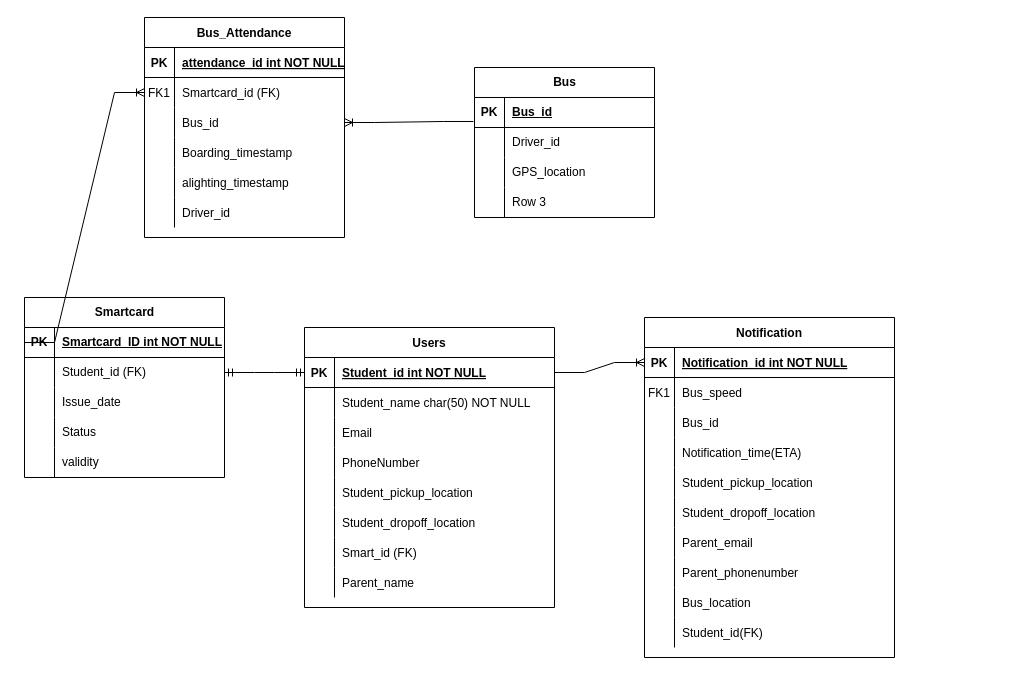
Before: Untitled Diagram.drawio in eliuz01/Student-Pick_up-and-Drop_off, a draw.io diagram. Source tidied: cells renumbered, new cells numbered last; positions are measured from the earlier drawing's top-left corner, leaving out a move shared by most shapes. Both pictures are drawn from the tidied source at 100%, with x=0, y=0 at pixel (-96, 17).
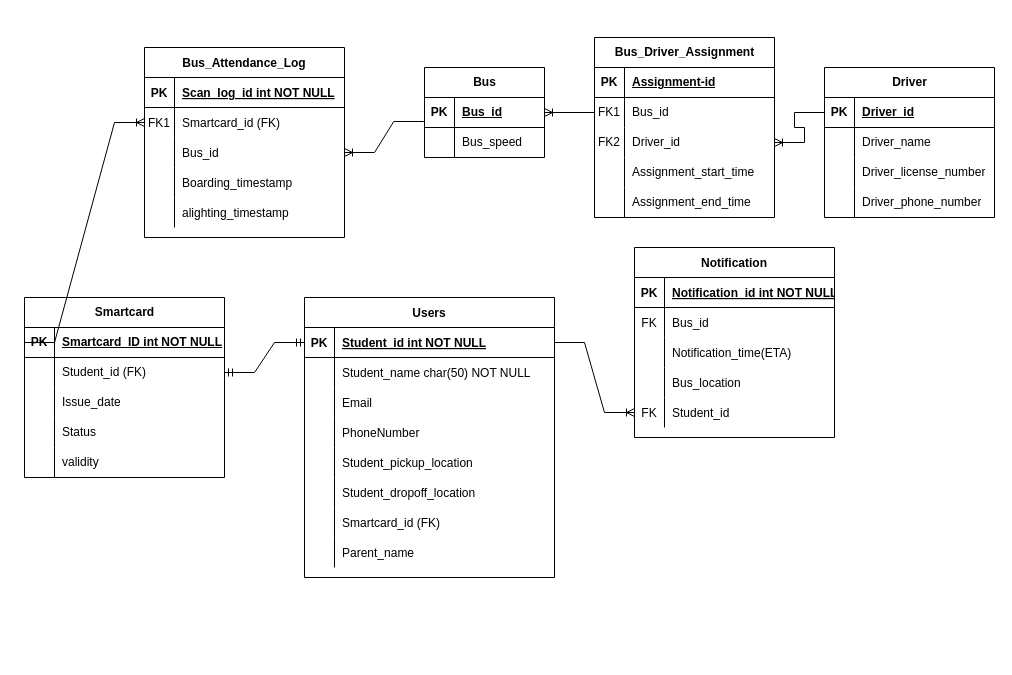
Above is the later version.

The change refers to these unchanged cells:
```xml
<mxCell id="3" style="shape=partialRectangle;fillColor=none;top=0;left=0;right=0;bottom=1;" parent="2" vertex="1">
  <mxGeometry y="30" width="200" height="30" as="geometry" />
</mxCell>
<mxCell id="53" style="shape=partialRectangle;fillColor=none;points=[[0,0.5],[1,0.5]];portConstraint=eastwest;top=0;left=0;right=0;bottom=1;" parent="52" vertex="1">
  <mxGeometry y="30" width="250" height="30" as="geometry" />
</mxCell>
<mxCell id="71" style="shape=partialRectangle;fillColor=none;top=0;left=0;right=0;bottom=0;" parent="52" vertex="1">
  <mxGeometry y="210" width="250" height="30" as="geometry" />
</mxCell>
```

Diff of the diagram source:
```diff
@@
-    <mxCell id="2" value="Bus_Attendance" style="shape=table;startSize=30;childLayout=tableLayout;rowLines=0;fontStyle=1;align=center;" parent="1" vertex="1">
-      <mxGeometry x="240" width="200" height="220" as="geometry" />
+    <mxCell id="2" value="Bus_Attendance_Log" style="shape=table;startSize=30;childLayout=tableLayout;rowLines=0;fontStyle=1;align=center;" parent="1" vertex="1">
+      <mxGeometry x="240" y="30" width="200" height="190" as="geometry" />
     </mxCell>
@@
-    <mxCell id="5" value="attendance_id int NOT NULL " style="shape=partialRectangle;overflow=hidden;fillColor=none;top=0;left=0;bottom=0;right=0;align=left;spacingLeft=6;fontStyle=5;" parent="3" vertex="1">
+    <mxCell id="5" value="Scan_log_id int NOT NULL " style="shape=partialRectangle;overflow=hidden;fillColor=none;top=0;left=0;bottom=0;right=0;align=left;spacingLeft=6;fontStyle=5;" parent="3" vertex="1">
       <mxGeometry x="30" width="170" height="30" as="geometry" />
     </mxCell>
@@
-    <mxCell id="18" style="shape=partialRectangle;fillColor=none;top=0;left=0;right=0;bottom=0;" parent="2" vertex="1">
-      <mxGeometry y="180" width="200" height="30" as="geometry" />
-    </mxCell>
-    <mxCell id="19" style="shape=partialRectangle;overflow=hidden;fillColor=none;top=0;left=0;bottom=0;right=0;" parent="18" vertex="1">
-      <mxGeometry width="30" height="30" as="geometry" />
-    </mxCell>
-    <mxCell id="20" value="Driver_id" style="shape=partialRectangle;overflow=hidden;fillColor=none;top=0;left=0;bottom=0;right=0;align=left;spacingLeft=6;" parent="18" vertex="1">
-      <mxGeometry x="30" width="170" height="30" as="geometry" />
-    </mxCell>
     <mxCell id="21" value="Notification" style="shape=table;startSize=30;childLayout=tableLayout;rowLines=0;fontStyle=1;align=center;" parent="1" vertex="1">
-      <mxGeometry x="740" y="300" width="250" height="340" as="geometry" />
+      <mxGeometry x="730" y="230" width="200" height="190" as="geometry" />
     </mxCell>
     <mxCell id="22" style="shape=partialRectangle;fillColor=none;points=[[0,0.5],[1,0.5]];portConstraint=eastwest;top=0;left=0;right=0;bottom=1;" parent="21" vertex="1">
-      <mxGeometry y="30" width="250" height="30" as="geometry" />
+      <mxGeometry y="30" width="200" height="30" as="geometry" />
     </mxCell>
@@
     <mxCell id="24" value="Notification_id int NOT NULL " style="shape=partialRectangle;overflow=hidden;fillColor=none;top=0;left=0;bottom=0;right=0;align=left;spacingLeft=6;fontStyle=5;" parent="22" vertex="1">
-      <mxGeometry x="30" width="220" height="30" as="geometry" />
+      <mxGeometry x="30" width="170" height="30" as="geometry" />
     </mxCell>
-    <mxCell id="25" style="shape=partialRectangle;fillColor=none;top=0;left=0;right=0;bottom=0;" parent="21" vertex="1">
-      <mxGeometry y="60" width="250" height="30" as="geometry" />
-    </mxCell>
-    <mxCell id="26" value="FK1" style="shape=partialRectangle;overflow=hidden;fillColor=none;top=0;left=0;bottom=0;right=0;" parent="25" vertex="1">
-      <mxGeometry width="30" height="30" as="geometry" />
-    </mxCell>
-    <mxCell id="27" value="Bus_speed" style="shape=partialRectangle;overflow=hidden;fillColor=none;top=0;left=0;bottom=0;right=0;align=left;spacingLeft=6;" parent="25" vertex="1">
-      <mxGeometry x="30" width="220" height="30" as="geometry" />
-    </mxCell>
     <mxCell id="28" style="shape=partialRectangle;fillColor=none;top=0;left=0;right=0;bottom=0;" parent="21" vertex="1">
-      <mxGeometry y="90" width="250" height="30" as="geometry" />
+      <mxGeometry y="60" width="200" height="30" as="geometry" />
     </mxCell>
-    <mxCell id="29" style="shape=partialRectangle;overflow=hidden;fillColor=none;top=0;left=0;bottom=0;right=0;" parent="28" vertex="1">
+    <mxCell id="29" value="FK" style="shape=partialRectangle;overflow=hidden;fillColor=none;top=0;left=0;bottom=0;right=0;" parent="28" vertex="1">
       <mxGeometry width="30" height="30" as="geometry" />
     </mxCell>
     <mxCell id="30" value="Bus_id" style="shape=partialRectangle;overflow=hidden;fillColor=none;top=0;left=0;bottom=0;right=0;align=left;spacingLeft=6;" parent="28" vertex="1">
-      <mxGeometry x="30" width="220" height="30" as="geometry" />
+      <mxGeometry x="30" width="170" height="30" as="geometry" />
     </mxCell>
     <mxCell id="31" style="shape=partialRectangle;fillColor=none;top=0;left=0;right=0;bottom=0;" parent="21" vertex="1">
-      <mxGeometry y="120" width="250" height="30" as="geometry" />
+      <mxGeometry y="90" width="200" height="30" as="geometry" />
     </mxCell>
@@
     <mxCell id="33" value="Notification_time(ETA)" style="shape=partialRectangle;overflow=hidden;fillColor=none;top=0;left=0;bottom=0;right=0;align=left;spacingLeft=6;" parent="31" vertex="1">
-      <mxGeometry x="30" width="220" height="30" as="geometry" />
+      <mxGeometry x="30" width="170" height="30" as="geometry" />
     </mxCell>
-    <mxCell id="34" style="shape=partialRectangle;fillColor=none;top=0;left=0;right=0;bottom=0;" parent="21" vertex="1">
-      <mxGeometry y="150" width="250" height="30" as="geometry" />
-    </mxCell>
-    <mxCell id="35" style="shape=partialRectangle;overflow=hidden;fillColor=none;top=0;left=0;bottom=0;right=0;" parent="34" vertex="1">
-      <mxGeometry width="30" height="30" as="geometry" />
-    </mxCell>
-    <mxCell id="36" value="Student_pickup_location" style="shape=partialRectangle;overflow=hidden;fillColor=none;top=0;left=0;bottom=0;right=0;align=left;spacingLeft=6;" parent="34" vertex="1">
-      <mxGeometry x="30" width="220" height="30" as="geometry" />
-    </mxCell>
-    <mxCell id="37" style="shape=partialRectangle;fillColor=none;top=0;left=0;right=0;bottom=0;" parent="21" vertex="1">
-      <mxGeometry y="180" width="250" height="30" as="geometry" />
-    </mxCell>
-    <mxCell id="38" style="shape=partialRectangle;overflow=hidden;fillColor=none;top=0;left=0;bottom=0;right=0;" parent="37" vertex="1">
-      <mxGeometry width="30" height="30" as="geometry" />
-    </mxCell>
-    <mxCell id="39" value="Student_dropoff_location" style="shape=partialRectangle;overflow=hidden;fillColor=none;top=0;left=0;bottom=0;right=0;align=left;spacingLeft=6;" parent="37" vertex="1">
-      <mxGeometry x="30" width="220" height="30" as="geometry" />
-    </mxCell>
-    <mxCell id="40" style="shape=partialRectangle;fillColor=none;top=0;left=0;right=0;bottom=0;" parent="21" vertex="1">
-      <mxGeometry y="210" width="250" height="30" as="geometry" />
-    </mxCell>
-    <mxCell id="41" style="shape=partialRectangle;overflow=hidden;fillColor=none;top=0;left=0;bottom=0;right=0;" parent="40" vertex="1">
-      <mxGeometry width="30" height="30" as="geometry" />
-    </mxCell>
-    <mxCell id="42" value="Parent_email" style="shape=partialRectangle;overflow=hidden;fillColor=none;top=0;left=0;bottom=0;right=0;align=left;spacingLeft=6;" parent="40" vertex="1">
-      <mxGeometry x="30" width="220" height="30" as="geometry" />
-    </mxCell>
-    <mxCell id="43" style="shape=partialRectangle;fillColor=none;top=0;left=0;right=0;bottom=0;" parent="21" vertex="1">
-      <mxGeometry y="240" width="250" height="30" as="geometry" />
-    </mxCell>
-    <mxCell id="44" style="shape=partialRectangle;overflow=hidden;fillColor=none;top=0;left=0;bottom=0;right=0;" parent="43" vertex="1">
-      <mxGeometry width="30" height="30" as="geometry" />
-    </mxCell>
-    <mxCell id="45" value="Parent_phonenumber" style="shape=partialRectangle;overflow=hidden;fillColor=none;top=0;left=0;bottom=0;right=0;align=left;spacingLeft=6;" parent="43" vertex="1">
-      <mxGeometry x="30" width="220" height="30" as="geometry" />
-    </mxCell>
     <mxCell id="46" style="shape=partialRectangle;fillColor=none;top=0;left=0;right=0;bottom=0;" parent="21" vertex="1">
-      <mxGeometry y="270" width="250" height="30" as="geometry" />
+      <mxGeometry y="120" width="200" height="30" as="geometry" />
     </mxCell>
@@
     <mxCell id="48" value="Bus_location " style="shape=partialRectangle;overflow=hidden;fillColor=none;top=0;left=0;bottom=0;right=0;align=left;spacingLeft=6;" parent="46" vertex="1">
-      <mxGeometry x="30" width="220" height="30" as="geometry" />
+      <mxGeometry x="30" width="170" height="30" as="geometry" />
     </mxCell>
     <mxCell id="49" style="shape=partialRectangle;fillColor=none;points=[[0,0.5],[1,0.5]];portConstraint=eastwest;top=0;left=0;right=0;bottom=0;" parent="21" vertex="1">
-      <mxGeometry y="300" width="250" height="30" as="geometry" />
+      <mxGeometry y="150" width="200" height="30" as="geometry" />
     </mxCell>
-    <mxCell id="50" style="shape=partialRectangle;overflow=hidden;fillColor=none;top=0;left=0;bottom=0;right=0;" parent="49" vertex="1">
+    <mxCell id="50" value="FK" style="shape=partialRectangle;overflow=hidden;fillColor=none;top=0;left=0;bottom=0;right=0;" parent="49" vertex="1">
       <mxGeometry width="30" height="30" as="geometry" />
     </mxCell>
-    <mxCell id="51" value="Student_id(FK)" style="shape=partialRectangle;overflow=hidden;fillColor=none;top=0;left=0;bottom=0;right=0;align=left;spacingLeft=6;" parent="49" vertex="1">
-      <mxGeometry x="30" width="220" height="30" as="geometry" />
+    <mxCell id="51" value="Student_id" style="shape=partialRectangle;overflow=hidden;fillColor=none;top=0;left=0;bottom=0;right=0;align=left;spacingLeft=6;" parent="49" vertex="1">
+      <mxGeometry x="30" width="170" height="30" as="geometry" />
     </mxCell>
     <mxCell id="52" value="Users" style="shape=table;startSize=30;childLayout=tableLayout;rowLines=0;fontStyle=1;align=center;" parent="1" vertex="1">
-      <mxGeometry x="400" y="310" width="250" height="280" as="geometry" />
+      <mxGeometry x="400" y="280" width="250" height="280" as="geometry" />
     </mxCell>
@@
-    <mxCell id="73" value="Smart_id (FK)" style="shape=partialRectangle;overflow=hidden;fillColor=none;top=0;left=0;bottom=0;right=0;align=left;spacingLeft=6;" parent="71" vertex="1">
+    <mxCell id="73" value="Smartcard_id (FK)" style="shape=partialRectangle;overflow=hidden;fillColor=none;top=0;left=0;bottom=0;right=0;align=left;spacingLeft=6;" parent="71" vertex="1">
       <mxGeometry x="30" width="220" height="30" as="geometry" />
     </mxCell>
@@
-    <mxCell id="94" style="edgeStyle=entityRelationEdgeStyle;fontSize=12;html=1;endArrow=ERoneToMany;rounded=0;exitX=1;exitY=0.5;exitDx=0;exitDy=0;entryX=0;entryY=0.5;entryDx=0;entryDy=0;" parent="1" edge="1" source="53" target="22">
+    <mxCell id="94" style="edgeStyle=entityRelationEdgeStyle;fontSize=12;html=1;endArrow=ERoneToMany;rounded=0;exitX=1;exitY=0.5;exitDx=0;exitDy=0;" parent="1" edge="1" source="53" target="49">
       <mxGeometry relative="1" as="geometry" />
     </mxCell>
     <mxCell id="95" value="Bus" style="shape=table;startSize=30;childLayout=tableLayout;rowLines=0;fontStyle=1;align=center;html=1;" parent="1" vertex="1">
-      <mxGeometry x="570" y="50" width="180" height="150" as="geometry" />
+      <mxGeometry x="520" y="50" width="120" height="90" as="geometry" />
     </mxCell>
     <mxCell id="96" style="shape=tableRow;horizontal=0;startSize=0;swimlaneHead=0;swimlaneBody=0;fillColor=none;points=[[0,0.5],[1,0.5]];portConstraint=eastwest;top=0;left=0;right=0;bottom=1;" parent="95" vertex="1">
-      <mxGeometry y="30" width="180" height="30" as="geometry" />
+      <mxGeometry y="30" width="120" height="30" as="geometry" />
     </mxCell>
@@
     <mxCell id="98" value="Bus_id" style="shape=partialRectangle;fillColor=none;top=0;left=0;bottom=0;right=0;align=left;spacingLeft=6;fontStyle=5;overflow=hidden;whiteSpace=wrap;html=1;" parent="96" vertex="1">
-      <mxGeometry x="30" width="150" height="30" as="geometry" />
+      <mxGeometry x="30" width="90" height="30" as="geometry" />
     </mxCell>
     <mxCell id="99" style="shape=tableRow;horizontal=0;startSize=0;swimlaneHead=0;swimlaneBody=0;fillColor=none;top=0;left=0;right=0;bottom=0;" parent="95" vertex="1">
-      <mxGeometry y="60" width="180" height="30" as="geometry" />
+      <mxGeometry y="60" width="120" height="30" as="geometry" />
     </mxCell>
@@
-    <mxCell id="101" value="Driver_id" style="shape=partialRectangle;fillColor=none;top=0;left=0;bottom=0;right=0;align=left;spacingLeft=6;overflow=hidden;whiteSpace=wrap;html=1;" parent="99" vertex="1">
-      <mxGeometry x="30" width="150" height="30" as="geometry" />
+    <mxCell id="101" value="Bus_speed" style="shape=partialRectangle;fillColor=none;top=0;left=0;bottom=0;right=0;align=left;spacingLeft=6;overflow=hidden;whiteSpace=wrap;html=1;" parent="99" vertex="1">
+      <mxGeometry x="30" width="90" height="30" as="geometry" />
     </mxCell>
-    <mxCell id="102" style="shape=tableRow;horizontal=0;startSize=0;swimlaneHead=0;swimlaneBody=0;fillColor=none;points=[[0,0.5],[1,0.5]];portConstraint=eastwest;top=0;left=0;right=0;bottom=0;" parent="95" vertex="1">
-      <mxGeometry y="90" width="180" height="30" as="geometry" />
-    </mxCell>
-    <mxCell id="103" style="shape=partialRectangle;fillColor=none;top=0;left=0;bottom=0;right=0;overflow=hidden;whiteSpace=wrap;html=1;" parent="102" vertex="1">
-      <mxGeometry width="30" height="30" as="geometry" />
-    </mxCell>
-    <mxCell id="104" value="GPS_location" style="shape=partialRectangle;fillColor=none;top=0;left=0;bottom=0;right=0;align=left;spacingLeft=6;overflow=hidden;whiteSpace=wrap;html=1;" parent="102" vertex="1">
-      <mxGeometry x="30" width="150" height="30" as="geometry" />
-    </mxCell>
-    <mxCell id="105" style="shape=tableRow;horizontal=0;startSize=0;swimlaneHead=0;swimlaneBody=0;fillColor=none;top=0;left=0;right=0;bottom=0;" parent="95" vertex="1">
-      <mxGeometry y="120" width="180" height="30" as="geometry" />
-    </mxCell>
-    <mxCell id="106" style="shape=partialRectangle;fillColor=none;top=0;left=0;bottom=0;right=0;overflow=hidden;whiteSpace=wrap;html=1;" parent="105" vertex="1">
-      <mxGeometry width="30" height="30" as="geometry" />
-    </mxCell>
-    <mxCell id="107" value="Row 3" style="shape=partialRectangle;fillColor=none;top=0;left=0;bottom=0;right=0;align=left;spacingLeft=6;overflow=hidden;whiteSpace=wrap;html=1;" parent="105" vertex="1">
-      <mxGeometry x="30" width="150" height="30" as="geometry" />
-    </mxCell>
@@
+    <mxCell id="110" value="Driver" style="shape=table;startSize=30;childLayout=tableLayout;rowLines=0;fontStyle=1;align=center;html=1;" parent="1" vertex="1">
+      <mxGeometry x="920" y="50" width="170" height="150" as="geometry" />
+    </mxCell>
+    <mxCell id="111" style="shape=tableRow;horizontal=0;startSize=0;swimlaneHead=0;swimlaneBody=0;fillColor=none;points=[[0,0.5],[1,0.5]];portConstraint=eastwest;top=0;left=0;right=0;bottom=1;" parent="110" vertex="1">
+      <mxGeometry y="30" width="170" height="30" as="geometry" />
+    </mxCell>
+    <mxCell id="112" value="PK" style="shape=partialRectangle;fillColor=none;top=0;left=0;bottom=0;right=0;fontStyle=1;overflow=hidden;whiteSpace=wrap;html=1;" parent="111" vertex="1">
+      <mxGeometry width="30" height="30" as="geometry" />
+    </mxCell>
+    <mxCell id="113" value="Driver_id" style="shape=partialRectangle;fillColor=none;top=0;left=0;bottom=0;right=0;align=left;spacingLeft=6;fontStyle=5;overflow=hidden;whiteSpace=wrap;html=1;" parent="111" vertex="1">
+      <mxGeometry x="30" width="140" height="30" as="geometry" />
+    </mxCell>
+    <mxCell id="114" style="shape=tableRow;horizontal=0;startSize=0;swimlaneHead=0;swimlaneBody=0;fillColor=none;top=0;left=0;right=0;bottom=0;" parent="110" vertex="1">
+      <mxGeometry y="60" width="170" height="30" as="geometry" />
+    </mxCell>
+    <mxCell id="115" style="shape=partialRectangle;fillColor=none;top=0;left=0;bottom=0;right=0;overflow=hidden;whiteSpace=wrap;html=1;" parent="114" vertex="1">
+      <mxGeometry width="30" height="30" as="geometry" />
+    </mxCell>
+    <mxCell id="116" value="Driver_name" style="shape=partialRectangle;fillColor=none;top=0;left=0;bottom=0;right=0;align=left;spacingLeft=6;overflow=hidden;whiteSpace=wrap;html=1;" parent="114" vertex="1">
+      <mxGeometry x="30" width="140" height="30" as="geometry" />
+    </mxCell>
+    <mxCell id="117" style="shape=tableRow;horizontal=0;startSize=0;swimlaneHead=0;swimlaneBody=0;fillColor=none;top=0;left=0;right=0;bottom=0;" parent="110" vertex="1">
+      <mxGeometry y="90" width="170" height="30" as="geometry" />
+    </mxCell>
+    <mxCell id="118" style="shape=partialRectangle;fillColor=none;top=0;left=0;bottom=0;right=0;overflow=hidden;whiteSpace=wrap;html=1;" parent="117" vertex="1">
+      <mxGeometry width="30" height="30" as="geometry" />
+    </mxCell>
+    <mxCell id="119" value="Driver_license_number" style="shape=partialRectangle;fillColor=none;top=0;left=0;bottom=0;right=0;align=left;spacingLeft=6;overflow=hidden;whiteSpace=wrap;html=1;" parent="117" vertex="1">
+      <mxGeometry x="30" width="140" height="30" as="geometry" />
+    </mxCell>
+    <mxCell id="120" style="shape=tableRow;horizontal=0;startSize=0;swimlaneHead=0;swimlaneBody=0;fillColor=none;top=0;left=0;right=0;bottom=0;" parent="110" vertex="1">
+      <mxGeometry y="120" width="170" height="30" as="geometry" />
+    </mxCell>
+    <mxCell id="121" style="shape=partialRectangle;fillColor=none;top=0;left=0;bottom=0;right=0;overflow=hidden;whiteSpace=wrap;html=1;" parent="120" vertex="1">
+      <mxGeometry width="30" height="30" as="geometry" />
+    </mxCell>
+    <mxCell id="122" value="Driver_phone_number" style="shape=partialRectangle;fillColor=none;top=0;left=0;bottom=0;right=0;align=left;spacingLeft=6;overflow=hidden;whiteSpace=wrap;html=1;" parent="120" vertex="1">
+      <mxGeometry x="30" width="140" height="30" as="geometry" />
+    </mxCell>
+    <mxCell id="123" value="Bus_Driver_Assignment" style="shape=table;startSize=30;childLayout=tableLayout;rowLines=0;fontStyle=1;align=center;html=1;" parent="1" vertex="1">
+      <mxGeometry x="690" y="20" width="180" height="180" as="geometry" />
+    </mxCell>
+    <mxCell id="124" style="shape=tableRow;horizontal=0;startSize=0;swimlaneHead=0;swimlaneBody=0;fillColor=none;top=0;left=0;right=0;bottom=1;" parent="123" vertex="1">
+      <mxGeometry y="30" width="180" height="30" as="geometry" />
+    </mxCell>
+    <mxCell id="125" value="PK" style="shape=partialRectangle;fillColor=none;top=0;left=0;bottom=0;right=0;fontStyle=1;overflow=hidden;whiteSpace=wrap;html=1;" parent="124" vertex="1">
+      <mxGeometry width="30" height="30" as="geometry" />
+    </mxCell>
+    <mxCell id="126" value="Assignment-id" style="shape=partialRectangle;fillColor=none;top=0;left=0;bottom=0;right=0;align=left;spacingLeft=6;fontStyle=5;overflow=hidden;whiteSpace=wrap;html=1;" parent="124" vertex="1">
+      <mxGeometry x="30" width="150" height="30" as="geometry" />
+    </mxCell>
+    <mxCell id="127" style="shape=tableRow;horizontal=0;startSize=0;swimlaneHead=0;swimlaneBody=0;fillColor=none;points=[[0,0.5],[1,0.5]];portConstraint=eastwest;top=0;left=0;right=0;bottom=0;" parent="123" vertex="1">
+      <mxGeometry y="60" width="180" height="30" as="geometry" />
+    </mxCell>
+    <mxCell id="26" value="FK1" style="shape=partialRectangle;fillColor=none;top=0;left=0;bottom=0;right=0;overflow=hidden;whiteSpace=wrap;html=1;" parent="127" vertex="1">
+      <mxGeometry width="30" height="30" as="geometry" />
+    </mxCell>
+    <mxCell id="128" value="Bus_id" style="shape=partialRectangle;fillColor=none;top=0;left=0;bottom=0;right=0;align=left;spacingLeft=6;overflow=hidden;whiteSpace=wrap;html=1;" parent="127" vertex="1">
+      <mxGeometry x="30" width="150" height="30" as="geometry" />
+    </mxCell>
+    <mxCell id="102" style="shape=tableRow;horizontal=0;startSize=0;swimlaneHead=0;swimlaneBody=0;fillColor=none;points=[[0,0.5],[1,0.5]];portConstraint=eastwest;top=0;left=0;right=0;bottom=0;" parent="123" vertex="1">
+      <mxGeometry y="90" width="180" height="30" as="geometry" />
+    </mxCell>
+    <mxCell id="129" value="FK2" style="shape=partialRectangle;fillColor=none;top=0;left=0;bottom=0;right=0;overflow=hidden;whiteSpace=wrap;html=1;" parent="102" vertex="1">
+      <mxGeometry width="30" height="30" as="geometry" />
+    </mxCell>
+    <mxCell id="130" value="Driver_id" style="shape=partialRectangle;fillColor=none;top=0;left=0;bottom=0;right=0;align=left;spacingLeft=6;overflow=hidden;whiteSpace=wrap;html=1;" parent="102" vertex="1">
+      <mxGeometry x="30" width="150" height="30" as="geometry" />
+    </mxCell>
+    <mxCell id="105" style="shape=tableRow;horizontal=0;startSize=0;swimlaneHead=0;swimlaneBody=0;fillColor=none;top=0;left=0;right=0;bottom=0;" parent="123" vertex="1">
+      <mxGeometry y="120" width="180" height="30" as="geometry" />
+    </mxCell>
+    <mxCell id="131" style="shape=partialRectangle;fillColor=none;top=0;left=0;bottom=0;right=0;overflow=hidden;whiteSpace=wrap;html=1;" parent="105" vertex="1">
+      <mxGeometry width="30" height="30" as="geometry" />
+    </mxCell>
+    <mxCell id="132" value="Assignment_start_time" style="shape=partialRectangle;fillColor=none;top=0;left=0;bottom=0;right=0;align=left;spacingLeft=6;overflow=hidden;whiteSpace=wrap;html=1;" parent="105" vertex="1">
+      <mxGeometry x="30" width="150" height="30" as="geometry" />
+    </mxCell>
+    <mxCell id="133" style="shape=tableRow;horizontal=0;startSize=0;swimlaneHead=0;swimlaneBody=0;fillColor=none;top=0;left=0;right=0;bottom=0;" parent="123" vertex="1">
+      <mxGeometry y="150" width="180" height="30" as="geometry" />
+    </mxCell>
+    <mxCell id="134" style="shape=partialRectangle;fillColor=none;top=0;left=0;bottom=0;right=0;overflow=hidden;whiteSpace=wrap;html=1;" parent="133" vertex="1">
+      <mxGeometry width="30" height="30" as="geometry" />
+    </mxCell>
+    <mxCell id="135" value="Assignment_end_time" style="shape=partialRectangle;fillColor=none;top=0;left=0;bottom=0;right=0;align=left;spacingLeft=6;overflow=hidden;whiteSpace=wrap;html=1;" parent="133" vertex="1">
+      <mxGeometry x="30" width="150" height="30" as="geometry" />
+    </mxCell>
+    <mxCell id="136" style="edgeStyle=entityRelationEdgeStyle;fontSize=12;html=1;endArrow=ERoneToMany;rounded=0;entryX=1;entryY=0.5;entryDx=0;entryDy=0;" parent="1" edge="1" source="127" target="96">
+      <mxGeometry relative="1" as="geometry" />
+    </mxCell>
+    <mxCell id="137" style="edgeStyle=entityRelationEdgeStyle;fontSize=12;html=1;endArrow=ERoneToMany;rounded=0;exitX=0;exitY=0.5;exitDx=0;exitDy=0;" parent="1" edge="1" source="111" target="102">
+      <mxGeometry relative="1" as="geometry" />
+    </mxCell>
```
